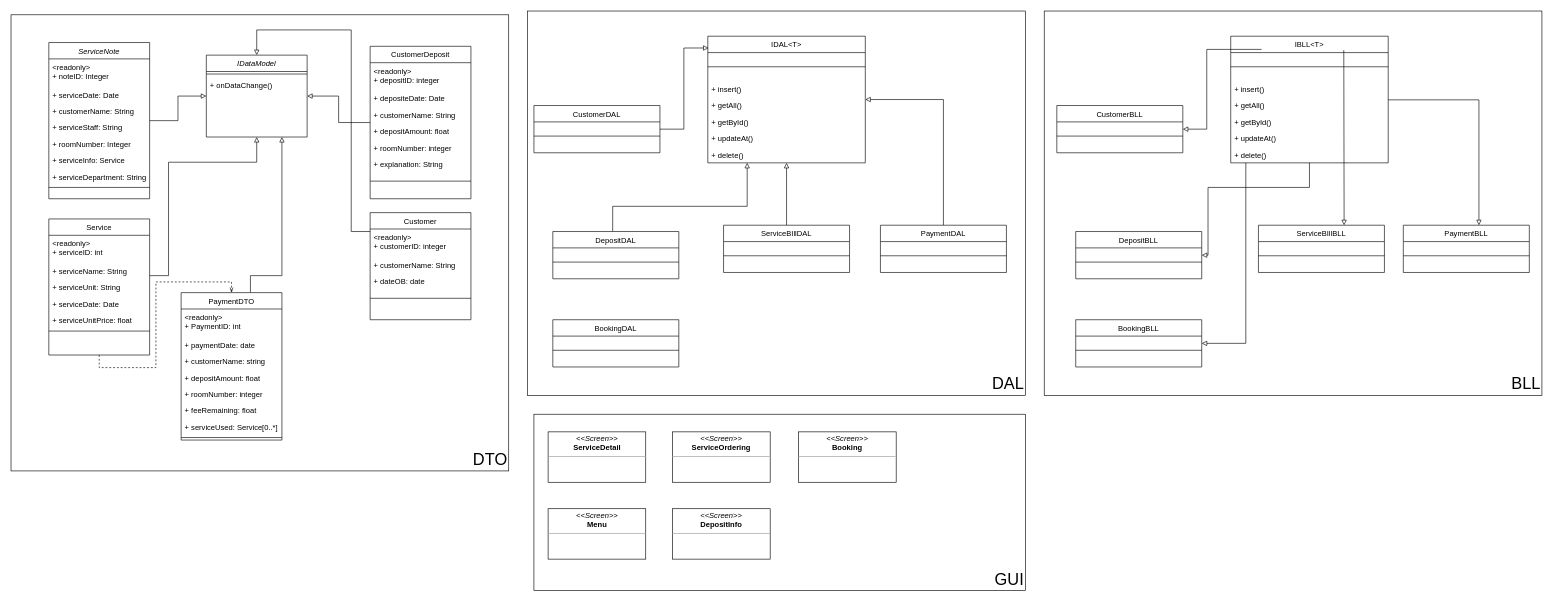
The draw.io diagram Diagram/Class Diagram.drawio in jonathanha52/SE104.L23.PMCL, before the edit. Source tidied: cells renumbered, new cells numbered last; positions are measured from the earlier drawing's top-left corner, leaving out a move shared by most shapes. Both pictures are drawn from the tidied source at 63%, with x=0, y=0 at pixel (11, 11).
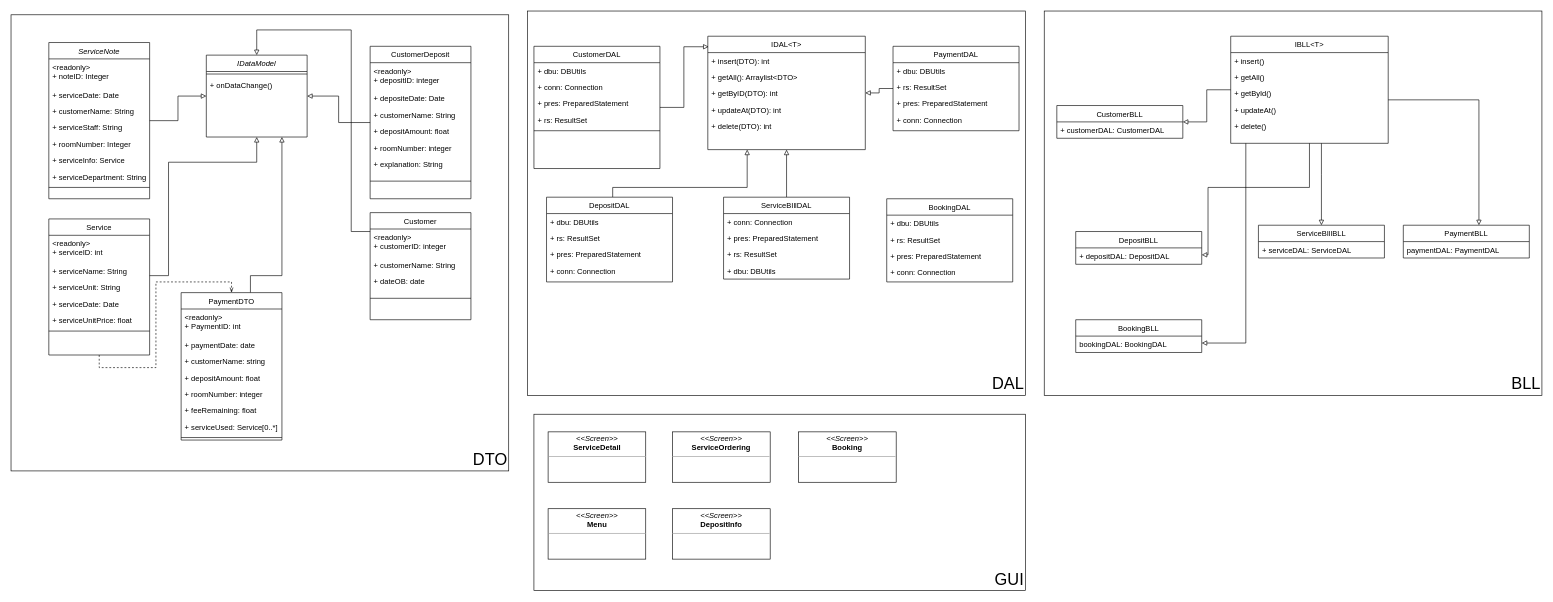
After the change.

Change to the diagram source:
```diff
@@
     <mxCell id="43" value="IDAL&lt;T&gt;" style="swimlane;fontStyle=0;align=center;verticalAlign=top;horizontal=1;startSize=26;rounded=0;shadow=0;strokeWidth=1;" parent="1" vertex="1">
-      <mxGeometry x="1106" y="40" width="250" height="201" as="geometry" />
+      <mxGeometry x="1106" y="40" width="250" height="180" as="geometry" />
     </mxCell>
-    <mxCell id="44" style="line;html=1;strokeWidth=1;align=left;verticalAlign=middle;spacingTop=-1;spacingLeft=3;spacingRight=3;labelPosition=right;" parent="43" vertex="1">
-      <mxGeometry y="26" width="250" height="45" as="geometry" />
-    </mxCell>
-    <mxCell id="45" value="+ insert()" style="text;align=left;verticalAlign=top;spacingLeft=4;spacingRight=4;overflow=hidden;rounded=0;shadow=0;html=0;" parent="43" vertex="1">
-      <mxGeometry y="71" width="250" height="26" as="geometry" />
+    <mxCell id="45" value="+ insert(DTO): int" style="text;align=left;verticalAlign=top;spacingLeft=4;spacingRight=4;overflow=hidden;rounded=0;shadow=0;html=0;" parent="43" vertex="1">
+      <mxGeometry y="26" width="250" height="26" as="geometry" />
     </mxCell>
-    <mxCell id="46" value="+ getAll()" style="text;align=left;verticalAlign=top;spacingLeft=4;spacingRight=4;overflow=hidden;rounded=0;shadow=0;html=0;" parent="43" vertex="1">
-      <mxGeometry y="97" width="250" height="26" as="geometry" />
+    <mxCell id="46" value="+ getAll(): Arraylist&lt;DTO&gt;" style="text;align=left;verticalAlign=top;spacingLeft=4;spacingRight=4;overflow=hidden;rounded=0;shadow=0;html=0;" parent="43" vertex="1">
+      <mxGeometry y="52" width="250" height="26" as="geometry" />
     </mxCell>
-    <mxCell id="47" value="+ getById()" style="text;align=left;verticalAlign=top;spacingLeft=4;spacingRight=4;overflow=hidden;rounded=0;shadow=0;html=0;" parent="43" vertex="1">
-      <mxGeometry y="123" width="250" height="26" as="geometry" />
+    <mxCell id="47" value="+ getByID(DTO): int " style="text;align=left;verticalAlign=top;spacingLeft=4;spacingRight=4;overflow=hidden;rounded=0;shadow=0;html=0;" parent="43" vertex="1">
+      <mxGeometry y="78" width="250" height="26" as="geometry" />
     </mxCell>
-    <mxCell id="48" value="+ updateAt()" style="text;align=left;verticalAlign=top;spacingLeft=4;spacingRight=4;overflow=hidden;rounded=0;shadow=0;html=0;" parent="43" vertex="1">
-      <mxGeometry y="149" width="250" height="26" as="geometry" />
+    <mxCell id="48" value="+ updateAt(DTO): int" style="text;align=left;verticalAlign=top;spacingLeft=4;spacingRight=4;overflow=hidden;rounded=0;shadow=0;html=0;" parent="43" vertex="1">
+      <mxGeometry y="104" width="250" height="26" as="geometry" />
     </mxCell>
-    <mxCell id="49" value="+ delete()" style="text;align=left;verticalAlign=top;spacingLeft=4;spacingRight=4;overflow=hidden;rounded=0;shadow=0;html=0;" parent="43" vertex="1">
-      <mxGeometry y="175" width="250" height="26" as="geometry" />
+    <mxCell id="49" value="+ delete(DTO): int" style="text;align=left;verticalAlign=top;spacingLeft=4;spacingRight=4;overflow=hidden;rounded=0;shadow=0;html=0;" parent="43" vertex="1">
+      <mxGeometry y="130" width="250" height="26" as="geometry" />
     </mxCell>
@@
     <mxCell id="51" value="ServiceBIllDAL" style="swimlane;fontStyle=0;align=center;verticalAlign=top;horizontal=1;startSize=26;rounded=0;shadow=0;strokeWidth=1;" parent="1" vertex="1">
-      <mxGeometry x="1131" y="340" width="200" height="75" as="geometry" />
+      <mxGeometry x="1131" y="295.5" width="200" height="130" as="geometry" />
     </mxCell>
-    <mxCell id="52" style="line;html=1;strokeWidth=1;align=left;verticalAlign=middle;spacingTop=-1;spacingLeft=3;spacingRight=3;labelPosition=right;" parent="51" vertex="1">
-      <mxGeometry y="26" width="200" height="45" as="geometry" />
-    </mxCell>
+    <mxCell id="101" value="+ conn: Connection" style="text;strokeColor=none;fillColor=none;align=left;verticalAlign=top;spacingLeft=4;spacingRight=4;overflow=hidden;" parent="51" vertex="1">
+      <mxGeometry y="26" width="200" height="26" as="geometry" />
+    </mxCell>
+    <mxCell id="102" value="+ pres: PreparedStatement" style="text;strokeColor=none;fillColor=none;align=left;verticalAlign=top;spacingLeft=4;spacingRight=4;overflow=hidden;" parent="51" vertex="1">
+      <mxGeometry y="52" width="200" height="26" as="geometry" />
+    </mxCell>
+    <mxCell id="103" value="+ rs: ResultSet" style="text;strokeColor=none;fillColor=none;align=left;verticalAlign=top;spacingLeft=4;spacingRight=4;overflow=hidden;" parent="51" vertex="1">
+      <mxGeometry y="78" width="200" height="26" as="geometry" />
+    </mxCell>
+    <mxCell id="104" value="+ dbu: DBUtils" style="text;strokeColor=none;fillColor=none;align=left;verticalAlign=top;spacingLeft=4;spacingRight=4;overflow=hidden;" parent="51" vertex="1">
+      <mxGeometry y="104" width="200" height="26" as="geometry" />
+    </mxCell>
     <mxCell id="53" style="edgeStyle=orthogonalEdgeStyle;rounded=0;jettySize=auto;html=1;entryX=0.25;entryY=1;entryDx=0;entryDy=0;endArrow=block;endFill=0;" parent="1" edge="1" source="54" target="43">
       <mxGeometry relative="1" as="geometry">
         <Array as="points">
-          <mxPoint x="955" y="310" />
-          <mxPoint x="1169" y="310" />
+          <mxPoint x="955" y="280" />
+          <mxPoint x="1169" y="280" />
         </Array>
       </mxGeometry>
     </mxCell>
     <mxCell id="54" value="DepositDAL" style="swimlane;fontStyle=0;align=center;verticalAlign=top;horizontal=1;startSize=26;rounded=0;shadow=0;strokeWidth=1;" parent="1" vertex="1">
-      <mxGeometry x="860" y="350" width="200" height="75" as="geometry" />
+      <mxGeometry x="850" y="295.5" width="200" height="134.5" as="geometry" />
     </mxCell>
-    <mxCell id="55" style="line;html=1;strokeWidth=1;align=left;verticalAlign=middle;spacingTop=-1;spacingLeft=3;spacingRight=3;labelPosition=right;" parent="54" vertex="1">
-      <mxGeometry y="26" width="200" height="45" as="geometry" />
-    </mxCell>
+    <mxCell id="105" value="+ dbu: DBUtils" style="text;strokeColor=none;fillColor=none;align=left;verticalAlign=top;spacingLeft=4;spacingRight=4;overflow=hidden;" parent="54" vertex="1">
+      <mxGeometry y="26" width="200" height="26" as="geometry" />
+    </mxCell>
+    <mxCell id="106" value="+ rs: ResultSet" style="text;strokeColor=none;fillColor=none;align=left;verticalAlign=top;spacingLeft=4;spacingRight=4;overflow=hidden;" parent="54" vertex="1">
+      <mxGeometry y="52" width="200" height="26" as="geometry" />
+    </mxCell>
+    <mxCell id="107" value="+ pres: PreparedStatement" style="text;strokeColor=none;fillColor=none;align=left;verticalAlign=top;spacingLeft=4;spacingRight=4;overflow=hidden;" parent="54" vertex="1">
+      <mxGeometry y="78" width="200" height="26" as="geometry" />
+    </mxCell>
+    <mxCell id="108" value="+ conn: Connection" style="text;strokeColor=none;fillColor=none;align=left;verticalAlign=top;spacingLeft=4;spacingRight=4;overflow=hidden;" parent="54" vertex="1">
+      <mxGeometry y="104" width="200" height="26" as="geometry" />
+    </mxCell>
     <mxCell id="56" value="PaymentDAL" style="swimlane;fontStyle=0;align=center;verticalAlign=top;horizontal=1;startSize=26;rounded=0;shadow=0;strokeWidth=1;" parent="1" vertex="1">
-      <mxGeometry x="1380" y="340" width="200" height="75" as="geometry" />
+      <mxGeometry x="1400" y="56" width="200" height="134" as="geometry" />
     </mxCell>
-    <mxCell id="57" style="line;html=1;strokeWidth=1;align=left;verticalAlign=middle;spacingTop=-1;spacingLeft=3;spacingRight=3;labelPosition=right;" parent="56" vertex="1">
-      <mxGeometry y="26" width="200" height="45" as="geometry" />
-    </mxCell>
+    <mxCell id="109" value="+ dbu: DBUtils" style="text;strokeColor=none;fillColor=none;align=left;verticalAlign=top;spacingLeft=4;spacingRight=4;overflow=hidden;" parent="56" vertex="1">
+      <mxGeometry y="26" width="200" height="26" as="geometry" />
+    </mxCell>
+    <mxCell id="110" value="+ rs: ResultSet" style="text;strokeColor=none;fillColor=none;align=left;verticalAlign=top;spacingLeft=4;spacingRight=4;overflow=hidden;" parent="56" vertex="1">
+      <mxGeometry y="52" width="200" height="26" as="geometry" />
+    </mxCell>
+    <mxCell id="111" value="+ pres: PreparedStatement" style="text;strokeColor=none;fillColor=none;align=left;verticalAlign=top;spacingLeft=4;spacingRight=4;overflow=hidden;" parent="56" vertex="1">
+      <mxGeometry y="78" width="200" height="26" as="geometry" />
+    </mxCell>
+    <mxCell id="112" value="+ conn: Connection" style="text;strokeColor=none;fillColor=none;align=left;verticalAlign=top;spacingLeft=4;spacingRight=4;overflow=hidden;" parent="56" vertex="1">
+      <mxGeometry y="104" width="200" height="26" as="geometry" />
+    </mxCell>
@@
     <mxCell id="65" value="CustomerDAL" style="swimlane;fontStyle=0;align=center;verticalAlign=top;horizontal=1;startSize=26;rounded=0;shadow=0;strokeWidth=1;" parent="1" vertex="1">
-      <mxGeometry x="830" y="150" width="200" height="75" as="geometry" />
+      <mxGeometry x="830" y="56" width="200" height="194" as="geometry" />
     </mxCell>
-    <mxCell id="66" style="line;html=1;strokeWidth=1;align=left;verticalAlign=middle;spacingTop=-1;spacingLeft=3;spacingRight=3;labelPosition=right;" parent="65" vertex="1">
-      <mxGeometry y="26" width="200" height="45" as="geometry" />
-    </mxCell>
+    <mxCell id="113" value="+ dbu: DBUtils" style="text;strokeColor=none;fillColor=none;align=left;verticalAlign=top;spacingLeft=4;spacingRight=4;overflow=hidden;" parent="65" vertex="1">
+      <mxGeometry y="26" width="200" height="26" as="geometry" />
+    </mxCell>
+    <mxCell id="114" value="+ conn: Connection" style="text;strokeColor=none;fillColor=none;align=left;verticalAlign=top;spacingLeft=4;spacingRight=4;overflow=hidden;" parent="65" vertex="1">
+      <mxGeometry y="52" width="200" height="26" as="geometry" />
+    </mxCell>
+    <mxCell id="115" value="+ pres: PreparedStatement" style="text;strokeColor=none;fillColor=none;align=left;verticalAlign=top;spacingLeft=4;spacingRight=4;overflow=hidden;" parent="65" vertex="1">
+      <mxGeometry y="78" width="200" height="26" as="geometry" />
+    </mxCell>
+    <mxCell id="116" value="+ rs: ResultSet" style="text;strokeColor=none;fillColor=none;align=left;verticalAlign=top;spacingLeft=4;spacingRight=4;overflow=hidden;" parent="65" vertex="1">
+      <mxGeometry y="104" width="200" height="26" as="geometry" />
+    </mxCell>
+    <mxCell id="117" style="line;strokeWidth=1;fillColor=none;align=left;verticalAlign=middle;spacingTop=-1;spacingLeft=3;spacingRight=3;labelPosition=right;" parent="65" vertex="1">
+      <mxGeometry y="130" width="200" height="8" as="geometry" />
+    </mxCell>
@@
     <mxCell id="71" value="BookingDAL" style="swimlane;fontStyle=0;align=center;verticalAlign=top;horizontal=1;startSize=26;rounded=0;shadow=0;strokeWidth=1;" parent="1" vertex="1">
-      <mxGeometry x="860" y="490" width="200" height="75" as="geometry" />
+      <mxGeometry x="1390" y="298" width="200" height="132" as="geometry" />
     </mxCell>
-    <mxCell id="72" style="line;html=1;strokeWidth=1;align=left;verticalAlign=middle;spacingTop=-1;spacingLeft=3;spacingRight=3;labelPosition=right;" parent="71" vertex="1">
-      <mxGeometry y="26" width="200" height="45" as="geometry" />
-    </mxCell>
+    <mxCell id="118" value="+ dbu: DBUtils" style="text;strokeColor=none;fillColor=none;align=left;verticalAlign=top;spacingLeft=4;spacingRight=4;overflow=hidden;" parent="71" vertex="1">
+      <mxGeometry y="26" width="200" height="26" as="geometry" />
+    </mxCell>
+    <mxCell id="119" value="+ rs: ResultSet" style="text;strokeColor=none;fillColor=none;align=left;verticalAlign=top;spacingLeft=4;spacingRight=4;overflow=hidden;" parent="71" vertex="1">
+      <mxGeometry y="52" width="200" height="26" as="geometry" />
+    </mxCell>
+    <mxCell id="120" value="+ pres: PreparedStatement" style="text;strokeColor=none;fillColor=none;align=left;verticalAlign=top;spacingLeft=4;spacingRight=4;overflow=hidden;" parent="71" vertex="1">
+      <mxGeometry y="78" width="200" height="26" as="geometry" />
+    </mxCell>
+    <mxCell id="121" value="+ conn: Connection" style="text;strokeColor=none;fillColor=none;align=left;verticalAlign=top;spacingLeft=4;spacingRight=4;overflow=hidden;" parent="71" vertex="1">
+      <mxGeometry y="104" width="200" height="26" as="geometry" />
+    </mxCell>
     <mxCell id="73" value="IBLL&lt;T&gt;" style="swimlane;fontStyle=0;align=center;verticalAlign=top;horizontal=1;startSize=26;rounded=0;shadow=0;strokeWidth=1;" parent="1" vertex="1">
-      <mxGeometry x="1936" y="40" width="250" height="201" as="geometry" />
+      <mxGeometry x="1936" y="40" width="250" height="170" as="geometry" />
     </mxCell>
-    <mxCell id="74" style="line;html=1;strokeWidth=1;align=left;verticalAlign=middle;spacingTop=-1;spacingLeft=3;spacingRight=3;labelPosition=right;" parent="73" vertex="1">
-      <mxGeometry y="26" width="250" height="45" as="geometry" />
-    </mxCell>
     <mxCell id="75" value="+ insert()" style="text;align=left;verticalAlign=top;spacingLeft=4;spacingRight=4;overflow=hidden;rounded=0;shadow=0;html=0;" parent="73" vertex="1">
-      <mxGeometry y="71" width="250" height="26" as="geometry" />
+      <mxGeometry y="26" width="250" height="26" as="geometry" />
     </mxCell>
     <mxCell id="76" value="+ getAll()" style="text;align=left;verticalAlign=top;spacingLeft=4;spacingRight=4;overflow=hidden;rounded=0;shadow=0;html=0;" parent="73" vertex="1">
-      <mxGeometry y="97" width="250" height="26" as="geometry" />
+      <mxGeometry y="52" width="250" height="26" as="geometry" />
     </mxCell>
     <mxCell id="77" value="+ getById()" style="text;align=left;verticalAlign=top;spacingLeft=4;spacingRight=4;overflow=hidden;rounded=0;shadow=0;html=0;" parent="73" vertex="1">
-      <mxGeometry y="123" width="250" height="26" as="geometry" />
+      <mxGeometry y="78" width="250" height="26" as="geometry" />
     </mxCell>
     <mxCell id="78" value="+ updateAt()" style="text;align=left;verticalAlign=top;spacingLeft=4;spacingRight=4;overflow=hidden;rounded=0;shadow=0;html=0;" parent="73" vertex="1">
-      <mxGeometry y="149" width="250" height="26" as="geometry" />
+      <mxGeometry y="104" width="250" height="26" as="geometry" />
     </mxCell>
     <mxCell id="79" value="+ delete()" style="text;align=left;verticalAlign=top;spacingLeft=4;spacingRight=4;overflow=hidden;rounded=0;shadow=0;html=0;" parent="73" vertex="1">
-      <mxGeometry y="175" width="250" height="26" as="geometry" />
+      <mxGeometry y="130" width="250" height="26" as="geometry" />
     </mxCell>
-    <mxCell id="80" style="edgeStyle=orthogonalEdgeStyle;rounded=0;jettySize=auto;html=1;entryX=0.718;entryY=0.11;entryDx=0;entryDy=0;entryPerimeter=0;startArrow=block;startFill=0;endArrow=none;endFill=0;" parent="1" edge="1" source="81" target="73">
+    <mxCell id="80" style="edgeStyle=orthogonalEdgeStyle;rounded=0;jettySize=auto;html=1;startArrow=block;startFill=0;endArrow=none;endFill=0;" parent="1" edge="1" source="81" target="73">
       <mxGeometry relative="1" as="geometry">
         <Array as="points">
-          <mxPoint x="2116" y="320" />
-          <mxPoint x="2116" y="320" />
+          <mxPoint x="2080" y="260" />
+          <mxPoint x="2080" y="260" />
         </Array>
       </mxGeometry>
     </mxCell>
     <mxCell id="81" value="ServiceBIllBLL" style="swimlane;fontStyle=0;align=center;verticalAlign=top;horizontal=1;startSize=26;rounded=0;shadow=0;strokeWidth=1;" parent="1" vertex="1">
-      <mxGeometry x="1980" y="340" width="200" height="75" as="geometry" />
+      <mxGeometry x="1980" y="340" width="200" height="52" as="geometry" />
     </mxCell>
-    <mxCell id="82" style="line;html=1;strokeWidth=1;align=left;verticalAlign=middle;spacingTop=-1;spacingLeft=3;spacingRight=3;labelPosition=right;" parent="81" vertex="1">
-      <mxGeometry y="26" width="200" height="45" as="geometry" />
-    </mxCell>
+    <mxCell id="122" value="+ serviceDAL: ServiceDAL" style="text;strokeColor=none;fillColor=none;align=left;verticalAlign=top;spacingLeft=4;spacingRight=4;overflow=hidden;" parent="81" vertex="1">
+      <mxGeometry y="26" width="200" height="26" as="geometry" />
+    </mxCell>
@@
     <mxCell id="84" value="DepositBLL" style="swimlane;fontStyle=0;align=center;verticalAlign=top;horizontal=1;startSize=26;rounded=0;shadow=0;strokeWidth=1;" parent="1" vertex="1">
-      <mxGeometry x="1690" y="350" width="200" height="75" as="geometry" />
+      <mxGeometry x="1690" y="350" width="200" height="52" as="geometry" />
     </mxCell>
-    <mxCell id="85" style="line;html=1;strokeWidth=1;align=left;verticalAlign=middle;spacingTop=-1;spacingLeft=3;spacingRight=3;labelPosition=right;" parent="84" vertex="1">
-      <mxGeometry y="26" width="200" height="45" as="geometry" />
-    </mxCell>
+    <mxCell id="123" value="+ depositDAL: DepositDAL" style="text;strokeColor=none;fillColor=none;align=left;verticalAlign=top;spacingLeft=4;spacingRight=4;overflow=hidden;" parent="84" vertex="1">
+      <mxGeometry y="26" width="200" height="26" as="geometry" />
+    </mxCell>
@@
     <mxCell id="87" value="PaymentBLL" style="swimlane;fontStyle=0;align=center;verticalAlign=top;horizontal=1;startSize=26;rounded=0;shadow=0;strokeWidth=1;" parent="1" vertex="1">
-      <mxGeometry x="2210" y="340" width="200" height="75" as="geometry" />
+      <mxGeometry x="2210" y="340" width="200" height="52" as="geometry" />
     </mxCell>
-    <mxCell id="88" style="line;html=1;strokeWidth=1;align=left;verticalAlign=middle;spacingTop=-1;spacingLeft=3;spacingRight=3;labelPosition=right;" parent="87" vertex="1">
-      <mxGeometry y="26" width="200" height="45" as="geometry" />
-    </mxCell>
+    <mxCell id="124" value="paymentDAL: PaymentDAL" style="text;strokeColor=none;fillColor=none;align=left;verticalAlign=top;spacingLeft=4;spacingRight=4;overflow=hidden;" parent="87" vertex="1">
+      <mxGeometry y="26" width="200" height="26" as="geometry" />
+    </mxCell>
-    <mxCell id="89" style="edgeStyle=orthogonalEdgeStyle;rounded=0;jettySize=auto;html=1;entryX=0.196;entryY=0.104;entryDx=0;entryDy=0;entryPerimeter=0;startArrow=block;startFill=0;endArrow=none;endFill=0;" parent="1" edge="1" source="90" target="73">
+    <mxCell id="89" style="edgeStyle=orthogonalEdgeStyle;rounded=0;jettySize=auto;html=1;startArrow=block;startFill=0;endArrow=none;endFill=0;" parent="1" edge="1" source="90" target="73">
       <mxGeometry relative="1" as="geometry" />
     </mxCell>
     <mxCell id="90" value="CustomerBLL" style="swimlane;fontStyle=0;align=center;verticalAlign=top;horizontal=1;startSize=26;rounded=0;shadow=0;strokeWidth=1;" parent="1" vertex="1">
-      <mxGeometry x="1660" y="150" width="200" height="75" as="geometry" />
+      <mxGeometry x="1660" y="150" width="200" height="52" as="geometry" />
     </mxCell>
-    <mxCell id="91" style="line;html=1;strokeWidth=1;align=left;verticalAlign=middle;spacingTop=-1;spacingLeft=3;spacingRight=3;labelPosition=right;" parent="90" vertex="1">
-      <mxGeometry y="26" width="200" height="45" as="geometry" />
-    </mxCell>
+    <mxCell id="125" value="+ customerDAL: CustomerDAL" style="text;strokeColor=none;fillColor=none;align=left;verticalAlign=top;spacingLeft=4;spacingRight=4;overflow=hidden;" parent="90" vertex="1">
+      <mxGeometry y="26" width="200" height="26" as="geometry" />
+    </mxCell>
@@
     <mxCell id="93" value="BookingBLL" style="swimlane;fontStyle=0;align=center;verticalAlign=top;horizontal=1;startSize=26;rounded=0;shadow=0;strokeWidth=1;" parent="1" vertex="1">
-      <mxGeometry x="1690" y="490" width="200" height="75" as="geometry" />
+      <mxGeometry x="1690" y="490" width="200" height="52" as="geometry" />
     </mxCell>
-    <mxCell id="94" style="line;html=1;strokeWidth=1;align=left;verticalAlign=middle;spacingTop=-1;spacingLeft=3;spacingRight=3;labelPosition=right;" parent="93" vertex="1">
-      <mxGeometry y="26" width="200" height="45" as="geometry" />
-    </mxCell>
+    <mxCell id="126" value="bookingDAL: BookingDAL" style="text;strokeColor=none;fillColor=none;align=left;verticalAlign=top;spacingLeft=4;spacingRight=4;overflow=hidden;" parent="93" vertex="1">
+      <mxGeometry y="26" width="200" height="26" as="geometry" />
+    </mxCell>
```
